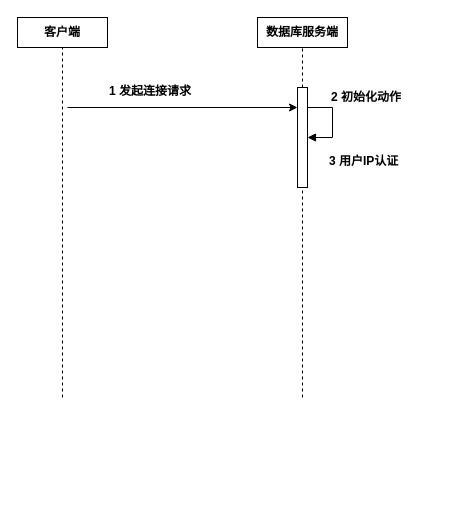
Earlier version of the draw.io diagram 未命名绘图.drawio (Toknowledge/Database-System-Implementation). Source tidied: cells renumbered, new cells numbered last; positions are measured from the earlier drawing's top-left corner, leaving out a move shared by most shapes. Both pictures are drawn from the tidied source at 100%, with x=0, y=0 at pixel (17, 17).
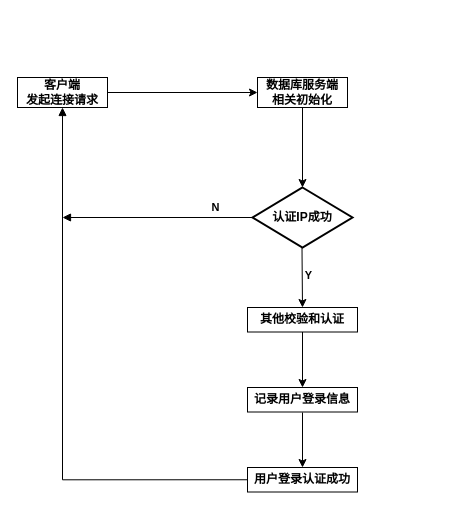
Above is the later version.

Commit message:
更新未命名绘图.drawio

Diff of the diagram source:
```diff
@@
-    <mxCell id="2" value="&lt;b&gt;客户端&lt;/b&gt;" style="whiteSpace=wrap;html=1;" parent="1" vertex="1">
-      <mxGeometry width="90" height="30" as="geometry" />
-    </mxCell>
-    <mxCell id="3" value="&lt;b&gt;数据库服务端&lt;/b&gt;" style="whiteSpace=wrap;html=1;" parent="1" vertex="1">
-      <mxGeometry x="240" width="90" height="30" as="geometry" />
-    </mxCell>
-    <mxCell id="4" style="endArrow=none;dashed=1;html=1;rounded=0;entryX=0.5;entryY=1;entryDx=0;entryDy=0;" parent="1" edge="1" target="2">
-      <mxGeometry relative="1" as="geometry">
-        <mxPoint x="45" y="380" as="sourcePoint" />
-      </mxGeometry>
-    </mxCell>
-    <mxCell id="5" style="endArrow=none;dashed=1;html=1;rounded=0;entryX=0.5;entryY=1;entryDx=0;entryDy=0;" parent="1" edge="1" source="11" target="3">
-      <mxGeometry relative="1" as="geometry" />
-    </mxCell>
-    <mxCell id="6" style="endArrow=classic;html=1;rounded=0;" parent="1" edge="1">
-      <mxGeometry relative="1" as="geometry">
-        <mxPoint x="50" y="90" as="sourcePoint" />
-        <mxPoint x="280" y="90" as="targetPoint" />
-      </mxGeometry>
+    <mxCell id="6" style="endArrow=classic;html=1;rounded=0;entryX=0;entryY=0.5;entryDx=0;entryDy=0;" parent="1" edge="1" source="14" target="12">
+      <mxGeometry relative="1" as="geometry" />
     </mxCell>
-    <mxCell id="7" value="&lt;b style=&quot;border-color: var(--border-color); text-align: center;&quot;&gt;1 发起连接请求&lt;/b&gt;" style="text;whiteSpace=wrap;html=1;" parent="1" vertex="1">
-      <mxGeometry x="90" y="60" width="110" height="40" as="geometry" />
-    </mxCell>
-    <mxCell id="8" value="&lt;b style=&quot;border-color: var(--border-color); font-size: 12px; text-align: center; background-color: rgb(251, 251, 251);&quot;&gt;2 初始化动作&lt;/b&gt;" style="html=1;align=left;spacingLeft=2;endArrow=block;rounded=0;edgeStyle=orthogonalEdgeStyle;curved=0;rounded=0;" parent="1" edge="1">
-      <mxGeometry x="-0.41" y="10" relative="1" as="geometry">
-        <mxPoint x="285" y="90" as="sourcePoint" />
-        <mxPoint x="290" y="120" as="targetPoint" />
-        <Array as="points">
-          <mxPoint x="315" y="120" />
-        </Array>
-      </mxGeometry>
-    </mxCell>
-    <mxCell id="9" value="&lt;b style=&quot;border-color: var(--border-color); text-align: center;&quot;&gt;3 用户IP认证&lt;/b&gt;" style="text;whiteSpace=wrap;html=1;" parent="1" vertex="1">
-      <mxGeometry x="310" y="130" width="110" height="40" as="geometry" />
-    </mxCell>
-    <mxCell id="10" style="endArrow=none;dashed=1;html=1;rounded=0;entryX=0.5;entryY=1;entryDx=0;entryDy=0;" parent="1" edge="1" target="11">
-      <mxGeometry relative="1" as="geometry">
-        <mxPoint x="285" y="380" as="sourcePoint" />
-      </mxGeometry>
-    </mxCell>
-    <mxCell id="11" style="html=1;points=[[0,0,0,0,5],[0,1,0,0,-5],[1,0,0,0,5],[1,1,0,0,-5]];perimeter=orthogonalPerimeter;outlineConnect=0;targetShapes=umlLifeline;portConstraint=eastwest;newEdgeStyle={&quot;curved&quot;:0,&quot;rounded&quot;:0};" parent="1" vertex="1">
-      <mxGeometry x="280" y="70" width="10" height="100" as="geometry" />
-    </mxCell>
+    <mxCell id="12" value="&lt;b style=&quot;border-color: var(--border-color);&quot;&gt;数据库服务端&lt;br&gt;相关初始化&lt;/b&gt;" style="html=1;whiteSpace=wrap;" parent="1" vertex="1">
+      <mxGeometry x="240" y="60" width="90" height="30" as="geometry" />
+    </mxCell>
+    <mxCell id="13" style="endArrow=classic;html=1;rounded=0;" parent="1" edge="1" target="14">
+      <mxGeometry relative="1" as="geometry">
+        <mxPoint x="50" y="90" as="sourcePoint" />
+      </mxGeometry>
+    </mxCell>
+    <mxCell id="14" value="&lt;b style=&quot;border-color: var(--border-color);&quot;&gt;客户端&lt;br&gt;发起连接请求&lt;/b&gt;" style="html=1;whiteSpace=wrap;" parent="1" vertex="1">
+      <mxGeometry y="60" width="90" height="30" as="geometry" />
+    </mxCell>
+    <mxCell id="15" style="endArrow=classic;html=1;rounded=0;exitX=0.5;exitY=1;exitDx=0;exitDy=0;" parent="1" edge="1" source="12">
+      <mxGeometry relative="1" as="geometry">
+        <mxPoint x="285" y="170" as="targetPoint" />
+      </mxGeometry>
+    </mxCell>
+    <mxCell id="16" value="&lt;b&gt;认证IP成功&lt;/b&gt;" style="strokeWidth=2;html=1;shape=mxgraph.flowchart.decision;whiteSpace=wrap;" parent="1" vertex="1">
+      <mxGeometry x="235" y="170" width="100" height="60" as="geometry" />
+    </mxCell>
+    <mxCell id="17" style="endArrow=classic;html=1;rounded=0;exitX=0.5;exitY=1;exitDx=0;exitDy=0;" parent="1" edge="1">
+      <mxGeometry relative="1" as="geometry">
+        <mxPoint x="284.5" y="230" as="sourcePoint" />
+        <mxPoint x="285" y="290" as="targetPoint" />
+      </mxGeometry>
+    </mxCell>
+    <mxCell id="18" value="&lt;b style=&quot;border-color: var(--border-color);&quot;&gt;Y&lt;/b&gt;" style="edgeLabel;html=1;align=center;verticalAlign=middle;" parent="17" vertex="1">
+      <mxGeometry x="-0.07" y="3" relative="1" as="geometry">
+        <mxPoint x="3" as="offset" />
+      </mxGeometry>
+    </mxCell>
+    <mxCell id="19" value="&lt;b&gt;其他校验和认证&lt;/b&gt;" style="html=1;whiteSpace=wrap;" parent="1" vertex="1">
+      <mxGeometry x="230" y="290" width="110" height="24.5" as="geometry" />
+    </mxCell>
+    <mxCell id="20" value="&lt;b&gt;记录用户登录信息&lt;/b&gt;" style="html=1;whiteSpace=wrap;" parent="1" vertex="1">
+      <mxGeometry x="230" y="370" width="110" height="24.5" as="geometry" />
+    </mxCell>
+    <mxCell id="21" style="endArrow=classic;html=1;rounded=0;exitX=0.5;exitY=1;exitDx=0;exitDy=0;entryX=0.5;entryY=0;entryDx=0;entryDy=0;" parent="1" edge="1" source="19" target="20">
+      <mxGeometry relative="1" as="geometry" />
+    </mxCell>
+    <mxCell id="22" style="endArrow=block;endFill=1;html=1;edgeStyle=orthogonalEdgeStyle;align=left;verticalAlign=top;rounded=0;entryX=0.5;entryY=1;entryDx=0;entryDy=0;exitX=0;exitY=0.5;exitDx=0;exitDy=0;" parent="1" edge="1" source="25" target="14">
+      <mxGeometry x="-1" relative="1" as="geometry" />
+    </mxCell>
+    <mxCell id="23" style="endArrow=block;endFill=1;html=1;edgeStyle=orthogonalEdgeStyle;align=left;verticalAlign=top;rounded=0;exitX=0;exitY=0.5;exitDx=0;exitDy=0;exitPerimeter=0;" parent="1" edge="1" source="16">
+      <mxGeometry x="-1" relative="1" as="geometry">
+        <mxPoint x="45" y="200" as="targetPoint" />
+      </mxGeometry>
+    </mxCell>
+    <mxCell id="24" value="&lt;b style=&quot;border-color: var(--border-color);&quot;&gt;N&lt;/b&gt;" style="edgeLabel;html=1;align=center;verticalAlign=middle;" parent="1" vertex="1">
+      <mxGeometry x="300.7" y="268.3" as="geometry">
+        <mxPoint x="-103" y="-79" as="offset" />
+      </mxGeometry>
+    </mxCell>
+    <mxCell id="25" value="&lt;b&gt;用户登录认证成功&lt;/b&gt;" style="html=1;whiteSpace=wrap;" parent="1" vertex="1">
+      <mxGeometry x="230" y="450" width="110" height="24.5" as="geometry" />
+    </mxCell>
+    <mxCell id="26" style="endArrow=classic;html=1;rounded=0;exitX=0.5;exitY=1;exitDx=0;exitDy=0;entryX=0.5;entryY=0;entryDx=0;entryDy=0;" parent="1" edge="1">
+      <mxGeometry relative="1" as="geometry">
+        <mxPoint x="285" y="395" as="sourcePoint" />
+        <mxPoint x="285" y="450" as="targetPoint" />
+      </mxGeometry>
+    </mxCell>
```
